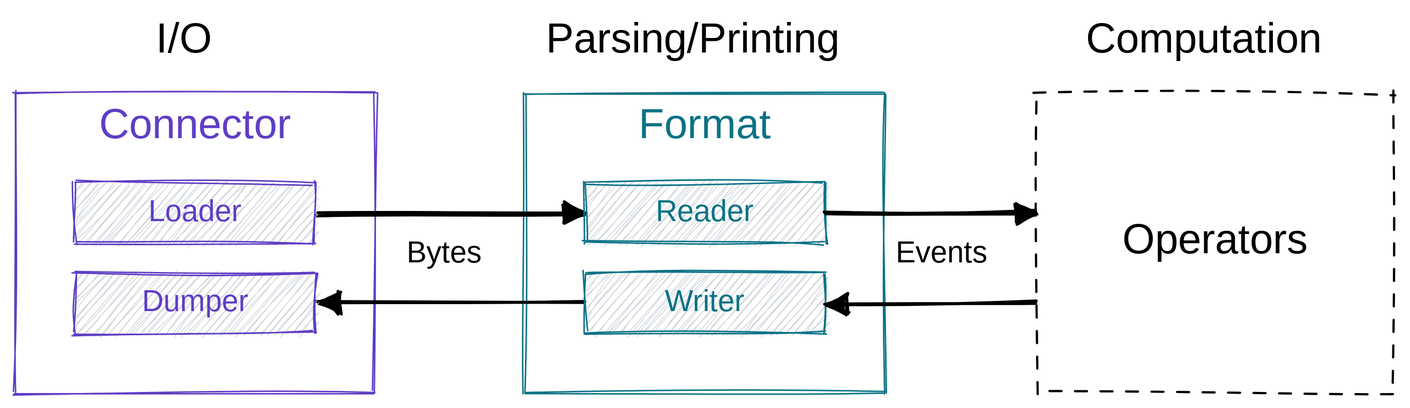
Earlier version of the Excalidraw export web/docs/understand/language/connector-format.excalidraw.svg (tenzir/tenzir). Source tidied: one line per element, renumbered; positions are measured from the earlier drawing's top-left corner, leaving out a move shared by most shapes. The source it was exported from:
```json
{"id": 0, "type": "rectangle", "strokeColor": "#000000", "strokeWidth": 1, "strokeStyle": "dashed", "roughness": 1, "x": 680, "y": 52, "width": 240, "height": 200}
{"id": 1, "type": "text", "text": "Operators", "strokeColor": "#000000", "strokeWidth": 1, "roughness": 1, "fontSize": 28, "fontFamily": 1, "textAlign": "center", "verticalAlign": "middle", "inside": 0, "x": 730, "y": 134, "width": 141, "height": 36}
{"id": 2, "type": "rectangle", "strokeColor": "#0b7285", "strokeWidth": 1, "roughness": 1, "x": 340, "y": 52, "width": 240, "height": 200}
{"id": 3, "type": "text", "text": "Format", "strokeColor": "#0b7285", "strokeWidth": 1, "roughness": 1, "fontSize": 28, "fontFamily": 1, "textAlign": "center", "inside": 2, "x": 411, "y": 57, "width": 98, "height": 36}
{"id": 4, "type": "rectangle", "strokeColor": "#5f3dc4", "strokeWidth": 1, "roughness": 1, "x": 0, "y": 52, "width": 240, "height": 200}
{"id": 5, "type": "text", "text": "Connector", "strokeColor": "#5f3dc4", "strokeWidth": 1, "roughness": 1, "fontSize": 28, "fontFamily": 1, "textAlign": "center", "inside": 4, "x": 53, "y": 57, "width": 134, "height": 36}
{"id": 6, "type": "text", "text": "Bytes", "strokeColor": "#000000", "strokeWidth": 1, "roughness": 1, "fontSize": 20, "fontFamily": 1, "x": 261, "y": 147, "width": 59, "height": 25}
{"id": 7, "type": "arrow", "strokeColor": "#000000", "strokeWidth": 2, "roughness": 1, "endArrowhead": "triangle", "from": 13, "to": 9, "x": 201, "y": 132, "width": 178, "height": 0, "points": [[0, 0], [178, 0]]}
{"id": 8, "type": "arrow", "strokeColor": "#000000", "strokeWidth": 2, "roughness": 1, "startArrowhead": "triangle", "from": 15, "to": 11, "x": 201, "y": 192, "width": 178, "height": 0, "points": [[0, 0], [178, 0]]}
{"id": 9, "type": "rectangle", "strokeColor": "#0b7285", "backgroundColor": "#ced4da", "fillStyle": "hachure", "strokeWidth": 1, "roughness": 1, "x": 380, "y": 112, "width": 160, "height": 40}
{"id": 10, "type": "text", "text": "Reader", "strokeColor": "#0b7285", "strokeWidth": 1, "roughness": 1, "fontSize": 20, "fontFamily": 1, "textAlign": "center", "verticalAlign": "middle", "inside": 9, "x": 424, "y": 120, "width": 71, "height": 25}
{"id": 11, "type": "rectangle", "strokeColor": "#0b7285", "backgroundColor": "#ced4da", "fillStyle": "hachure", "strokeWidth": 1, "roughness": 1, "x": 380, "y": 172, "width": 160, "height": 40}
{"id": 12, "type": "text", "text": "Writer", "strokeColor": "#0b7285", "strokeWidth": 1, "roughness": 1, "fontSize": 20, "fontFamily": 1, "textAlign": "center", "verticalAlign": "middle", "inside": 11, "x": 430, "y": 180, "width": 61, "height": 25}
{"id": 13, "type": "rectangle", "strokeColor": "#5f3dc4", "backgroundColor": "#ced4da", "fillStyle": "hachure", "strokeWidth": 1, "roughness": 1, "x": 40, "y": 112, "width": 160, "height": 40}
{"id": 14, "type": "text", "text": "Loader", "strokeColor": "#5f3dc4", "strokeWidth": 1, "roughness": 1, "fontSize": 20, "fontFamily": 1, "textAlign": "center", "verticalAlign": "middle", "inside": 13, "x": 86, "y": 120, "width": 69, "height": 25}
{"id": 15, "type": "rectangle", "strokeColor": "#5f3dc4", "backgroundColor": "#ced4da", "fillStyle": "hachure", "strokeWidth": 1, "roughness": 1, "x": 40, "y": 172, "width": 160, "height": 40}
{"id": 16, "type": "text", "text": "Dumper", "strokeColor": "#5f3dc4", "strokeWidth": 1, "roughness": 1, "fontSize": 20, "fontFamily": 1, "textAlign": "center", "verticalAlign": "middle", "inside": 15, "x": 84, "y": 180, "width": 71, "height": 25}
{"id": 17, "type": "arrow", "strokeColor": "#000000", "strokeWidth": 2, "roughness": 1, "endArrowhead": "triangle", "from": 9, "to": 0, "x": 541, "y": 132, "width": 139, "height": 0, "points": [[0, 0], [139, 0]]}
{"id": 18, "type": "arrow", "strokeColor": "#000000", "strokeWidth": 2, "roughness": 1, "startArrowhead": "triangle", "from": 11, "to": 0, "x": 540, "y": 192, "width": 140, "height": 0, "points": [[0, 0], [140, 0]]}
{"id": 19, "type": "text", "text": "I/O", "strokeColor": "#000000", "strokeWidth": 1, "roughness": 1, "fontSize": 28, "fontFamily": 1, "x": 94, "y": 0, "width": 52, "height": 36}
{"id": 20, "type": "text", "text": "Events", "strokeColor": "#000000", "strokeWidth": 1, "roughness": 1, "fontSize": 20, "fontFamily": 1, "x": 587, "y": 147, "width": 68, "height": 25}
{"id": 21, "type": "text", "text": "Parsing/Printing", "strokeColor": "#000000", "strokeWidth": 1, "roughness": 1, "fontSize": 28, "fontFamily": 1, "x": 354, "y": 0, "width": 212, "height": 36}
{"id": 22, "type": "text", "text": "Computation", "strokeColor": "#000000", "strokeWidth": 1, "roughness": 1, "fontSize": 28, "fontFamily": 1, "x": 714, "y": 0, "width": 168, "height": 36}
```
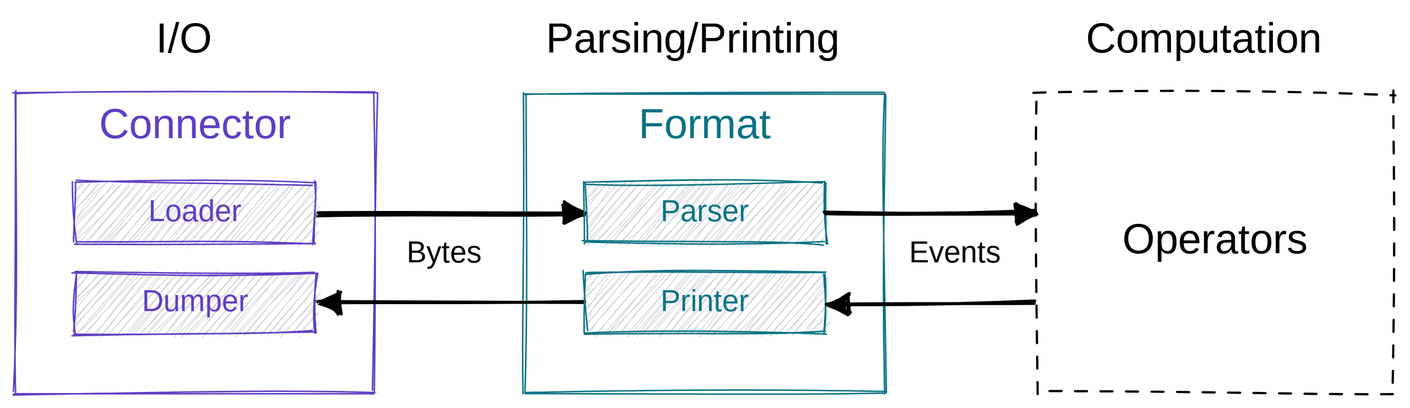
The same file after the commit.

Diff of the diagram source:
```diff
@@ -8,16 +8,16 @@
 {"id": 7, "type": "arrow", "strokeColor": "#000000", "strokeWidth": 2, "roughness": 1, "endArrowhead": "triangle", "from": 13, "to": 9, "x": 201, "y": 132, "width": 178, "height": 0, "points": [[0, 0], [178, 0]]}
 {"id": 8, "type": "arrow", "strokeColor": "#000000", "strokeWidth": 2, "roughness": 1, "startArrowhead": "triangle", "from": 15, "to": 11, "x": 201, "y": 192, "width": 178, "height": 0, "points": [[0, 0], [178, 0]]}
 {"id": 9, "type": "rectangle", "strokeColor": "#0b7285", "backgroundColor": "#ced4da", "fillStyle": "hachure", "strokeWidth": 1, "roughness": 1, "x": 380, "y": 112, "width": 160, "height": 40}
-{"id": 10, "type": "text", "text": "Reader", "strokeColor": "#0b7285", "strokeWidth": 1, "roughness": 1, "fontSize": 20, "fontFamily": 1, "textAlign": "center", "verticalAlign": "middle", "inside": 9, "x": 424, "y": 120, "width": 71, "height": 25}
+{"id": 10, "type": "text", "text": "Parser", "strokeColor": "#0b7285", "strokeWidth": 1, "roughness": 1, "fontSize": 20, "fontFamily": 1, "textAlign": "center", "verticalAlign": "middle", "inside": 9, "x": 426, "y": 120, "width": 68, "height": 25}
 {"id": 11, "type": "rectangle", "strokeColor": "#0b7285", "backgroundColor": "#ced4da", "fillStyle": "hachure", "strokeWidth": 1, "roughness": 1, "x": 380, "y": 172, "width": 160, "height": 40}
-{"id": 12, "type": "text", "text": "Writer", "strokeColor": "#0b7285", "strokeWidth": 1, "roughness": 1, "fontSize": 20, "fontFamily": 1, "textAlign": "center", "verticalAlign": "middle", "inside": 11, "x": 430, "y": 180, "width": 61, "height": 25}
+{"id": 12, "type": "text", "text": "Printer", "strokeColor": "#0b7285", "strokeWidth": 1, "roughness": 1, "fontSize": 20, "fontFamily": 1, "textAlign": "center", "verticalAlign": "middle", "inside": 11, "x": 426, "y": 180, "width": 68, "height": 25}
 {"id": 13, "type": "rectangle", "strokeColor": "#5f3dc4", "backgroundColor": "#ced4da", "fillStyle": "hachure", "strokeWidth": 1, "roughness": 1, "x": 40, "y": 112, "width": 160, "height": 40}
 {"id": 14, "type": "text", "text": "Loader", "strokeColor": "#5f3dc4", "strokeWidth": 1, "roughness": 1, "fontSize": 20, "fontFamily": 1, "textAlign": "center", "verticalAlign": "middle", "inside": 13, "x": 86, "y": 120, "width": 69, "height": 25}
 {"id": 15, "type": "rectangle", "strokeColor": "#5f3dc4", "backgroundColor": "#ced4da", "fillStyle": "hachure", "strokeWidth": 1, "roughness": 1, "x": 40, "y": 172, "width": 160, "height": 40}
 {"id": 16, "type": "text", "text": "Dumper", "strokeColor": "#5f3dc4", "strokeWidth": 1, "roughness": 1, "fontSize": 20, "fontFamily": 1, "textAlign": "center", "verticalAlign": "middle", "inside": 15, "x": 84, "y": 180, "width": 71, "height": 25}
 {"id": 17, "type": "arrow", "strokeColor": "#000000", "strokeWidth": 2, "roughness": 1, "endArrowhead": "triangle", "from": 9, "to": 0, "x": 541, "y": 132, "width": 139, "height": 0, "points": [[0, 0], [139, 0]]}
-{"id": 18, "type": "arrow", "strokeColor": "#000000", "strokeWidth": 2, "roughness": 1, "startArrowhead": "triangle", "from": 11, "to": 0, "x": 540, "y": 192, "width": 140, "height": 0, "points": [[0, 0], [140, 0]]}
+{"id": 18, "type": "arrow", "strokeColor": "#000000", "strokeWidth": 2, "roughness": 1, "startArrowhead": "triangle", "from": 11, "to": 0, "x": 541, "y": 192, "width": 138, "height": 0, "points": [[0, 0], [138, 0]]}
 {"id": 19, "type": "text", "text": "I/O", "strokeColor": "#000000", "strokeWidth": 1, "roughness": 1, "fontSize": 28, "fontFamily": 1, "x": 94, "y": 0, "width": 52, "height": 36}
-{"id": 20, "type": "text", "text": "Events", "strokeColor": "#000000", "strokeWidth": 1, "roughness": 1, "fontSize": 20, "fontFamily": 1, "x": 587, "y": 147, "width": 68, "height": 25}
+{"id": 20, "type": "text", "text": "Events", "strokeColor": "#000000", "strokeWidth": 1, "roughness": 1, "fontSize": 20, "fontFamily": 1, "x": 596, "y": 147, "width": 68, "height": 25}
 {"id": 21, "type": "text", "text": "Parsing/Printing", "strokeColor": "#000000", "strokeWidth": 1, "roughness": 1, "fontSize": 28, "fontFamily": 1, "x": 354, "y": 0, "width": 212, "height": 36}
 {"id": 22, "type": "text", "text": "Computation", "strokeColor": "#000000", "strokeWidth": 1, "roughness": 1, "fontSize": 28, "fontFamily": 1, "x": 714, "y": 0, "width": 168, "height": 36}
```
